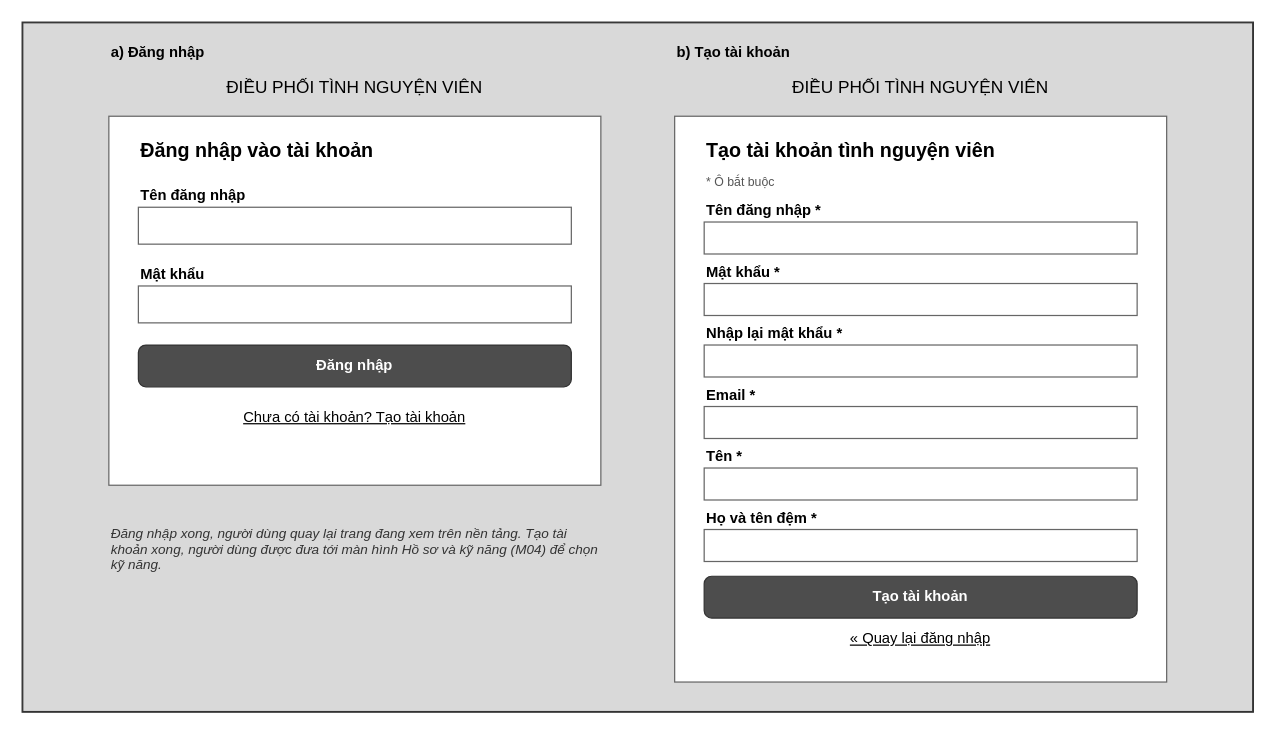
The draw.io diagram docs/giao_dien/drawio/M01_Dang_nhap_va_tao_tai_khoan.drawio in kanishere55/OOSD_NenTangDieuPhoi_TNV, before the edit. Source tidied: cells renumbered, new cells numbered last; positions are measured from the earlier drawing's top-left corner, leaving out a move shared by most shapes. Both pictures are drawn from the tidied source at 123%, with x=0, y=0 at pixel (22, 22).
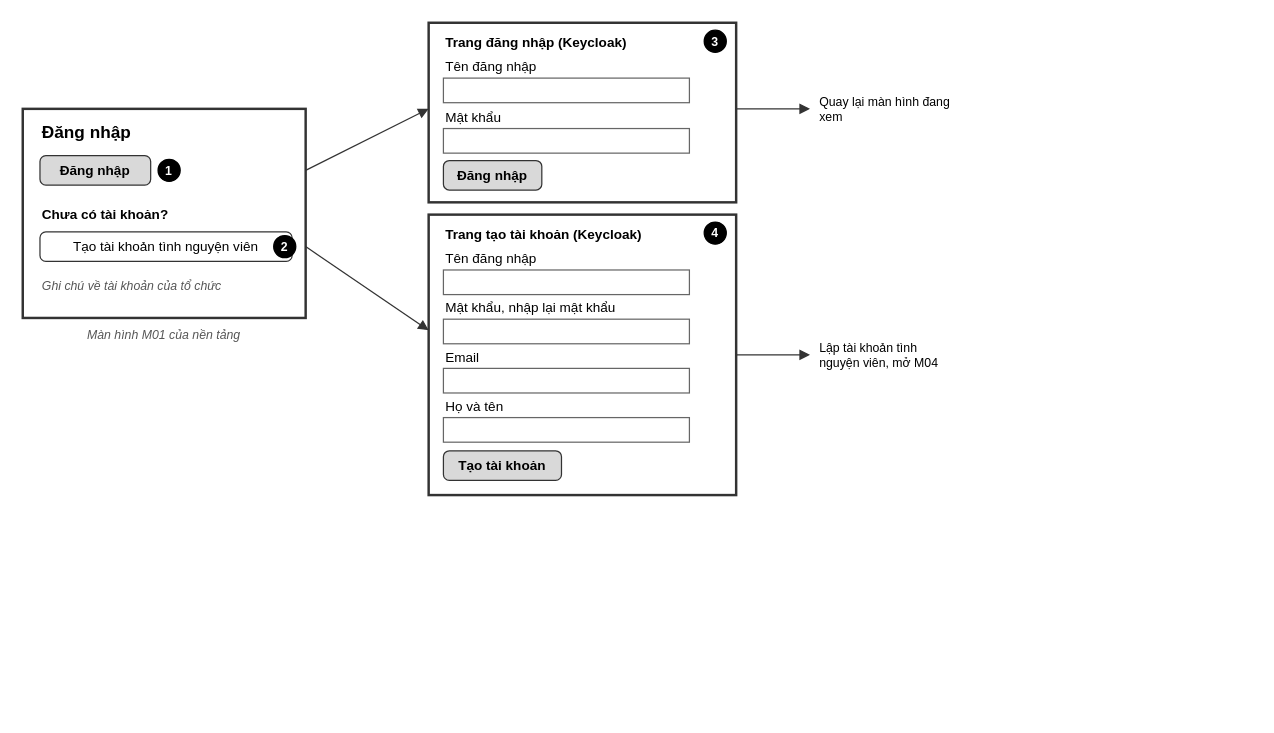
After the change.

What changed in the source:
```diff
@@
-    <mxCell id="2" style="rounded=0;whiteSpace=wrap;html=1;fillColor=#ffffff;strokeColor=#333333;strokeWidth=2;" parent="1" vertex="1">
-      <mxGeometry width="1000" height="560" as="geometry" />
-    </mxCell>
-    <mxCell id="3" style="rounded=0;whiteSpace=wrap;html=1;fillColor=#d9d9d9;strokeColor=#333333;" parent="1" vertex="1">
-      <mxGeometry width="1000" height="560" as="geometry" />
+    <mxCell id="3" style="rounded=0;arcSize=8;whiteSpace=wrap;html=1;fillColor=#ffffff;strokeColor=#333333;strokeWidth=2;" parent="1" vertex="1">
+      <mxGeometry y="70" width="230" height="170" as="geometry" />
     </mxCell>
-    <mxCell id="4" value="a) Đăng nhập" style="text;html=1;strokeColor=none;fillColor=none;align=left;verticalAlign=middle;whiteSpace=wrap;rounded=0;fontSize=12;fontStyle=1;fontColor=#000000;" parent="1" vertex="1">
-      <mxGeometry x="70" y="14" width="400" height="20" as="geometry" />
+    <mxCell id="4" value="Đăng nhập" style="text;html=1;strokeColor=none;fillColor=none;align=left;verticalAlign=middle;whiteSpace=wrap;rounded=0;fontSize=14;fontStyle=1;fontColor=#000000;" parent="1" vertex="1">
+      <mxGeometry x="14" y="78" width="200" height="22" as="geometry" />
     </mxCell>
-    <mxCell id="5" value="ĐIỀU PHỐI TÌNH NGUYỆN VIÊN" style="text;html=1;strokeColor=none;fillColor=none;align=center;verticalAlign=middle;whiteSpace=wrap;rounded=0;fontSize=14;fontStyle=0;fontColor=#000000;" parent="1" vertex="1">
-      <mxGeometry x="70" y="40" width="400" height="26" as="geometry" />
+    <mxCell id="5" value="Đăng nhập" style="rounded=1;arcSize=20;whiteSpace=wrap;html=1;fontSize=11;strokeColor=#333333;fillColor=#d9d9d9;fontStyle=1;" parent="1" vertex="1">
+      <mxGeometry x="14" y="108" width="90" height="24" as="geometry" />
     </mxCell>
-    <mxCell id="6" value="b) Tạo tài khoản" style="text;html=1;strokeColor=none;fillColor=none;align=left;verticalAlign=middle;whiteSpace=wrap;rounded=0;fontSize=12;fontStyle=1;fontColor=#000000;" parent="1" vertex="1">
-      <mxGeometry x="530" y="14" width="400" height="20" as="geometry" />
+    <mxCell id="6" value="1" style="ellipse;whiteSpace=wrap;html=1;fillColor=#000000;strokeColor=#000000;fontColor=#ffffff;fontSize=10;fontStyle=1;" parent="1" vertex="1">
+      <mxGeometry x="110" y="111" width="18" height="18" as="geometry" />
     </mxCell>
-    <mxCell id="7" value="ĐIỀU PHỐI TÌNH NGUYỆN VIÊN" style="text;html=1;strokeColor=none;fillColor=none;align=center;verticalAlign=middle;whiteSpace=wrap;rounded=0;fontSize=14;fontStyle=0;fontColor=#000000;" parent="1" vertex="1">
-      <mxGeometry x="530" y="40" width="400" height="26" as="geometry" />
+    <mxCell id="7" value="Chưa có tài khoản?" style="text;html=1;strokeColor=none;fillColor=none;align=left;verticalAlign=middle;whiteSpace=wrap;rounded=0;fontSize=11;fontStyle=1;fontColor=#000000;" parent="1" vertex="1">
+      <mxGeometry x="14" y="146" width="200" height="19" as="geometry" />
     </mxCell>
-    <mxCell id="8" style="rounded=0;whiteSpace=wrap;html=1;fillColor=#ffffff;strokeColor=#666666;" parent="1" vertex="1">
-      <mxGeometry x="70" y="76" width="400" height="300" as="geometry" />
+    <mxCell id="8" value="Tạo tài khoản tình nguyện viên" style="rounded=1;arcSize=20;whiteSpace=wrap;html=1;fontSize=11;strokeColor=#333333;fillColor=#ffffff;" parent="1" vertex="1">
+      <mxGeometry x="14" y="170" width="205" height="24" as="geometry" />
     </mxCell>
-    <mxCell id="9" value="Đăng nhập vào tài khoản" style="text;html=1;strokeColor=none;fillColor=none;align=left;verticalAlign=middle;whiteSpace=wrap;rounded=0;fontSize=16;fontStyle=1;fontColor=#000000;" parent="1" vertex="1">
-      <mxGeometry x="94" y="90" width="350" height="28" as="geometry" />
+    <mxCell id="9" value="2" style="ellipse;whiteSpace=wrap;html=1;fillColor=#000000;strokeColor=#000000;fontColor=#ffffff;fontSize=10;fontStyle=1;" parent="1" vertex="1">
+      <mxGeometry x="204" y="173" width="18" height="18" as="geometry" />
     </mxCell>
-    <mxCell id="10" value="Tên đăng nhập" style="text;html=1;strokeColor=none;fillColor=none;align=left;verticalAlign=middle;whiteSpace=wrap;rounded=0;fontSize=12;fontStyle=1;fontColor=#000000;" parent="1" vertex="1">
-      <mxGeometry x="94" y="130" width="352" height="22" as="geometry" />
+    <mxCell id="10" value="Ghi chú về tài khoản của tổ chức" style="text;html=1;strokeColor=none;fillColor=none;align=left;verticalAlign=middle;whiteSpace=wrap;rounded=0;fontSize=10;fontStyle=2;fontColor=#555555;" parent="1" vertex="1">
+      <mxGeometry x="14" y="206" width="210" height="16" as="geometry" />
     </mxCell>
-    <mxCell id="11" style="rounded=0;whiteSpace=wrap;html=1;align=left;spacingLeft=8;fontSize=12;fillColor=#ffffff;strokeColor=#666666;fontColor=#333333;" parent="1" vertex="1">
-      <mxGeometry x="94" y="150" width="352" height="30" as="geometry" />
+    <mxCell id="11" value="Màn hình M01 của nền tảng" style="text;html=1;strokeColor=none;fillColor=none;align=center;verticalAlign=middle;whiteSpace=wrap;rounded=0;fontSize=10;fontStyle=2;fontColor=#555555;" parent="1" vertex="1">
+      <mxGeometry y="246" width="230" height="16" as="geometry" />
     </mxCell>
-    <mxCell id="12" value="Mật khẩu" style="text;html=1;strokeColor=none;fillColor=none;align=left;verticalAlign=middle;whiteSpace=wrap;rounded=0;fontSize=12;fontStyle=1;fontColor=#000000;" parent="1" vertex="1">
-      <mxGeometry x="94" y="194" width="352" height="22" as="geometry" />
+    <mxCell id="12" style="rounded=0;arcSize=8;whiteSpace=wrap;html=1;fillColor=#ffffff;strokeColor=#333333;strokeWidth=2;" parent="1" vertex="1">
+      <mxGeometry x="330" width="250" height="146" as="geometry" />
     </mxCell>
-    <mxCell id="13" style="rounded=0;whiteSpace=wrap;html=1;align=left;spacingLeft=8;fontSize=12;fillColor=#ffffff;strokeColor=#666666;fontColor=#333333;" parent="1" vertex="1">
-      <mxGeometry x="94" y="214" width="352" height="30" as="geometry" />
+    <mxCell id="13" value="Trang đăng nhập (Keycloak)" style="text;html=1;strokeColor=none;fillColor=none;align=left;verticalAlign=middle;whiteSpace=wrap;rounded=0;fontSize=11;fontStyle=1;fontColor=#000000;" parent="1" vertex="1">
+      <mxGeometry x="342" y="6" width="200" height="19" as="geometry" />
     </mxCell>
-    <mxCell id="14" value="Đăng nhập" style="rounded=1;whiteSpace=wrap;html=1;arcSize=18;fontSize=12;fillColor=#4d4d4d;strokeColor=#333333;fontColor=#ffffff;fontStyle=1;" parent="1" vertex="1">
-      <mxGeometry x="94" y="262" width="352" height="34" as="geometry" />
+    <mxCell id="14" value="3" style="ellipse;whiteSpace=wrap;html=1;fillColor=#000000;strokeColor=#000000;fontColor=#ffffff;fontSize=10;fontStyle=1;" parent="1" vertex="1">
+      <mxGeometry x="554" y="6" width="18" height="18" as="geometry" />
     </mxCell>
-    <mxCell id="15" value="Chưa có tài khoản? Tạo tài khoản" style="text;html=1;strokeColor=none;fillColor=none;align=center;verticalAlign=middle;whiteSpace=wrap;rounded=0;fontSize=12;fontStyle=4;fontColor=#000000;" parent="1" vertex="1">
-      <mxGeometry x="94" y="310" width="352" height="22" as="geometry" />
+    <mxCell id="15" value="Tên đăng nhập" style="text;html=1;strokeColor=none;fillColor=none;align=left;verticalAlign=middle;whiteSpace=wrap;rounded=0;fontSize=11;fontStyle=0;fontColor=#000000;" parent="1" vertex="1">
+      <mxGeometry x="342" y="28" width="200" height="16" as="geometry" />
     </mxCell>
-    <mxCell id="16" style="rounded=0;whiteSpace=wrap;html=1;fillColor=#ffffff;strokeColor=#666666;" parent="1" vertex="1">
-      <mxGeometry x="530" y="76" width="400" height="460" as="geometry" />
+    <mxCell id="16" style="rounded=0;whiteSpace=wrap;html=1;align=left;spacingLeft=6;fontSize=10;fontStyle=2;fontColor=#777777;fillColor=#ffffff;strokeColor=#666666;" parent="1" vertex="1">
+      <mxGeometry x="342" y="45" width="200" height="20" as="geometry" />
     </mxCell>
-    <mxCell id="17" value="Tạo tài khoản tình nguyện viên" style="text;html=1;strokeColor=none;fillColor=none;align=left;verticalAlign=middle;whiteSpace=wrap;rounded=0;fontSize=16;fontStyle=1;fontColor=#000000;" parent="1" vertex="1">
-      <mxGeometry x="554" y="90" width="350" height="28" as="geometry" />
+    <mxCell id="17" value="Mật khẩu" style="text;html=1;strokeColor=none;fillColor=none;align=left;verticalAlign=middle;whiteSpace=wrap;rounded=0;fontSize=11;fontStyle=0;fontColor=#000000;" parent="1" vertex="1">
+      <mxGeometry x="342" y="69" width="200" height="16" as="geometry" />
     </mxCell>
-    <mxCell id="18" value="* Ô bắt buộc" style="text;html=1;strokeColor=none;fillColor=none;align=left;verticalAlign=middle;whiteSpace=wrap;rounded=0;fontSize=10;fontStyle=0;fontColor=#555555;" parent="1" vertex="1">
-      <mxGeometry x="554" y="120" width="350" height="18" as="geometry" />
+    <mxCell id="18" style="rounded=0;whiteSpace=wrap;html=1;align=left;spacingLeft=6;fontSize=10;fontStyle=2;fontColor=#777777;fillColor=#ffffff;strokeColor=#666666;" parent="1" vertex="1">
+      <mxGeometry x="342" y="86" width="200" height="20" as="geometry" />
     </mxCell>
-    <mxCell id="19" value="Tên đăng nhập *" style="text;html=1;strokeColor=none;fillColor=none;align=left;verticalAlign=middle;whiteSpace=wrap;rounded=0;fontSize=12;fontStyle=1;fontColor=#000000;" parent="1" vertex="1">
-      <mxGeometry x="554" y="142" width="352" height="22" as="geometry" />
+    <mxCell id="19" value="Đăng nhập" style="rounded=1;arcSize=20;whiteSpace=wrap;html=1;fontSize=11;strokeColor=#333333;fillColor=#d9d9d9;fontStyle=1;" parent="1" vertex="1">
+      <mxGeometry x="342" y="112" width="80" height="24" as="geometry" />
     </mxCell>
-    <mxCell id="20" style="rounded=0;whiteSpace=wrap;html=1;align=left;spacingLeft=8;fontSize=12;fillColor=#ffffff;strokeColor=#666666;fontColor=#333333;" parent="1" vertex="1">
-      <mxGeometry x="554" y="162" width="352" height="26" as="geometry" />
+    <mxCell id="20" style="rounded=0;arcSize=8;whiteSpace=wrap;html=1;fillColor=#ffffff;strokeColor=#333333;strokeWidth=2;" parent="1" vertex="1">
+      <mxGeometry x="330" y="156" width="250" height="228" as="geometry" />
     </mxCell>
-    <mxCell id="21" value="Mật khẩu *" style="text;html=1;strokeColor=none;fillColor=none;align=left;verticalAlign=middle;whiteSpace=wrap;rounded=0;fontSize=12;fontStyle=1;fontColor=#000000;" parent="1" vertex="1">
-      <mxGeometry x="554" y="192" width="352" height="22" as="geometry" />
+    <mxCell id="21" value="Trang tạo tài khoản (Keycloak)" style="text;html=1;strokeColor=none;fillColor=none;align=left;verticalAlign=middle;whiteSpace=wrap;rounded=0;fontSize=11;fontStyle=1;fontColor=#000000;" parent="1" vertex="1">
+      <mxGeometry x="342" y="162" width="220" height="19" as="geometry" />
     </mxCell>
-    <mxCell id="22" style="rounded=0;whiteSpace=wrap;html=1;align=left;spacingLeft=8;fontSize=12;fillColor=#ffffff;strokeColor=#666666;fontColor=#333333;" parent="1" vertex="1">
-      <mxGeometry x="554" y="212" width="352" height="26" as="geometry" />
+    <mxCell id="22" value="4" style="ellipse;whiteSpace=wrap;html=1;fillColor=#000000;strokeColor=#000000;fontColor=#ffffff;fontSize=10;fontStyle=1;" parent="1" vertex="1">
+      <mxGeometry x="554" y="162" width="18" height="18" as="geometry" />
     </mxCell>
-    <mxCell id="23" value="Nhập lại mật khẩu *" style="text;html=1;strokeColor=none;fillColor=none;align=left;verticalAlign=middle;whiteSpace=wrap;rounded=0;fontSize=12;fontStyle=1;fontColor=#000000;" parent="1" vertex="1">
-      <mxGeometry x="554" y="242" width="352" height="22" as="geometry" />
+    <mxCell id="23" value="Tên đăng nhập" style="text;html=1;strokeColor=none;fillColor=none;align=left;verticalAlign=middle;whiteSpace=wrap;rounded=0;fontSize=11;fontStyle=0;fontColor=#000000;" parent="1" vertex="1">
+      <mxGeometry x="342" y="184" width="200" height="16" as="geometry" />
     </mxCell>
-    <mxCell id="24" style="rounded=0;whiteSpace=wrap;html=1;align=left;spacingLeft=8;fontSize=12;fillColor=#ffffff;strokeColor=#666666;fontColor=#333333;" parent="1" vertex="1">
-      <mxGeometry x="554" y="262" width="352" height="26" as="geometry" />
+    <mxCell id="24" style="rounded=0;whiteSpace=wrap;html=1;align=left;spacingLeft=6;fontSize=10;fontStyle=2;fontColor=#777777;fillColor=#ffffff;strokeColor=#666666;" parent="1" vertex="1">
+      <mxGeometry x="342" y="201" width="200" height="20" as="geometry" />
     </mxCell>
-    <mxCell id="25" value="Email *" style="text;html=1;strokeColor=none;fillColor=none;align=left;verticalAlign=middle;whiteSpace=wrap;rounded=0;fontSize=12;fontStyle=1;fontColor=#000000;" parent="1" vertex="1">
-      <mxGeometry x="554" y="292" width="352" height="22" as="geometry" />
+    <mxCell id="25" value="Mật khẩu, nhập lại mật khẩu" style="text;html=1;strokeColor=none;fillColor=none;align=left;verticalAlign=middle;whiteSpace=wrap;rounded=0;fontSize=11;fontStyle=0;fontColor=#000000;" parent="1" vertex="1">
+      <mxGeometry x="342" y="224" width="200" height="16" as="geometry" />
     </mxCell>
-    <mxCell id="26" style="rounded=0;whiteSpace=wrap;html=1;align=left;spacingLeft=8;fontSize=12;fillColor=#ffffff;strokeColor=#666666;fontColor=#333333;" parent="1" vertex="1">
-      <mxGeometry x="554" y="312" width="352" height="26" as="geometry" />
+    <mxCell id="26" style="rounded=0;whiteSpace=wrap;html=1;align=left;spacingLeft=6;fontSize=10;fontStyle=2;fontColor=#777777;fillColor=#ffffff;strokeColor=#666666;" parent="1" vertex="1">
+      <mxGeometry x="342" y="241" width="200" height="20" as="geometry" />
     </mxCell>
-    <mxCell id="27" value="Tên *" style="text;html=1;strokeColor=none;fillColor=none;align=left;verticalAlign=middle;whiteSpace=wrap;rounded=0;fontSize=12;fontStyle=1;fontColor=#000000;" parent="1" vertex="1">
-      <mxGeometry x="554" y="342" width="352" height="22" as="geometry" />
+    <mxCell id="27" value="Email" style="text;html=1;strokeColor=none;fillColor=none;align=left;verticalAlign=middle;whiteSpace=wrap;rounded=0;fontSize=11;fontStyle=0;fontColor=#000000;" parent="1" vertex="1">
+      <mxGeometry x="342" y="264" width="200" height="16" as="geometry" />
     </mxCell>
-    <mxCell id="28" style="rounded=0;whiteSpace=wrap;html=1;align=left;spacingLeft=8;fontSize=12;fillColor=#ffffff;strokeColor=#666666;fontColor=#333333;" parent="1" vertex="1">
-      <mxGeometry x="554" y="362" width="352" height="26" as="geometry" />
+    <mxCell id="28" style="rounded=0;whiteSpace=wrap;html=1;align=left;spacingLeft=6;fontSize=10;fontStyle=2;fontColor=#777777;fillColor=#ffffff;strokeColor=#666666;" parent="1" vertex="1">
+      <mxGeometry x="342" y="281" width="200" height="20" as="geometry" />
     </mxCell>
-    <mxCell id="29" value="Họ và tên đệm *" style="text;html=1;strokeColor=none;fillColor=none;align=left;verticalAlign=middle;whiteSpace=wrap;rounded=0;fontSize=12;fontStyle=1;fontColor=#000000;" parent="1" vertex="1">
-      <mxGeometry x="554" y="392" width="352" height="22" as="geometry" />
+    <mxCell id="29" value="Họ và tên" style="text;html=1;strokeColor=none;fillColor=none;align=left;verticalAlign=middle;whiteSpace=wrap;rounded=0;fontSize=11;fontStyle=0;fontColor=#000000;" parent="1" vertex="1">
+      <mxGeometry x="342" y="304" width="200" height="16" as="geometry" />
     </mxCell>
-    <mxCell id="30" style="rounded=0;whiteSpace=wrap;html=1;align=left;spacingLeft=8;fontSize=12;fillColor=#ffffff;strokeColor=#666666;fontColor=#333333;" parent="1" vertex="1">
-      <mxGeometry x="554" y="412" width="352" height="26" as="geometry" />
+    <mxCell id="30" style="rounded=0;whiteSpace=wrap;html=1;align=left;spacingLeft=6;fontSize=10;fontStyle=2;fontColor=#777777;fillColor=#ffffff;strokeColor=#666666;" parent="1" vertex="1">
+      <mxGeometry x="342" y="321" width="200" height="20" as="geometry" />
     </mxCell>
-    <mxCell id="31" value="Tạo tài khoản" style="rounded=1;whiteSpace=wrap;html=1;arcSize=18;fontSize=12;fillColor=#4d4d4d;strokeColor=#333333;fontColor=#ffffff;fontStyle=1;" parent="1" vertex="1">
-      <mxGeometry x="554" y="450" width="352" height="34" as="geometry" />
+    <mxCell id="31" value="Tạo tài khoản" style="rounded=1;arcSize=20;whiteSpace=wrap;html=1;fontSize=11;strokeColor=#333333;fillColor=#d9d9d9;fontStyle=1;" parent="1" vertex="1">
+      <mxGeometry x="342" y="348" width="96" height="24" as="geometry" />
     </mxCell>
-    <mxCell id="32" value="« Quay lại đăng nhập" style="text;html=1;strokeColor=none;fillColor=none;align=center;verticalAlign=middle;whiteSpace=wrap;rounded=0;fontSize=12;fontStyle=4;fontColor=#000000;" parent="1" vertex="1">
-      <mxGeometry x="554" y="490" width="352" height="22" as="geometry" />
+    <mxCell id="32" style="endArrow=block;endFill=1;endSize=6;html=1;rounded=0;strokeColor=#333333;fontSize=10;labelBackgroundColor=#ffffff;" parent="1" edge="1">
+      <mxGeometry relative="1" as="geometry">
+        <mxPoint x="230" y="120" as="sourcePoint" />
+        <mxPoint x="330" y="70" as="targetPoint" />
+      </mxGeometry>
     </mxCell>
-    <mxCell id="33" value="Đăng nhập xong, người dùng quay lại trang đang xem trên nền tảng. Tạo tài khoản xong, người dùng được đưa tới màn hình Hồ sơ và kỹ năng (M04) để chọn kỹ năng." style="text;html=1;strokeColor=none;fillColor=none;align=left;verticalAlign=middle;whiteSpace=wrap;rounded=0;fontSize=11;fontStyle=2;fontColor=#333333;" parent="1" vertex="1">
-      <mxGeometry x="70" y="396" width="400" height="64" as="geometry" />
+    <mxCell id="33" style="endArrow=block;endFill=1;endSize=6;html=1;rounded=0;strokeColor=#333333;fontSize=10;labelBackgroundColor=#ffffff;" parent="1" edge="1">
+      <mxGeometry relative="1" as="geometry">
+        <mxPoint x="230" y="182" as="sourcePoint" />
+        <mxPoint x="330" y="250" as="targetPoint" />
+      </mxGeometry>
     </mxCell>
+    <mxCell id="34" style="endArrow=block;endFill=1;endSize=6;html=1;rounded=0;strokeColor=#333333;fontSize=10;labelBackgroundColor=#ffffff;" parent="1" edge="1">
+      <mxGeometry relative="1" as="geometry">
+        <mxPoint x="580" y="70" as="sourcePoint" />
+        <mxPoint x="640" y="70" as="targetPoint" />
+      </mxGeometry>
+    </mxCell>
+    <mxCell id="35" value="Quay lại màn hình đang xem" style="text;html=1;strokeColor=none;fillColor=none;align=left;verticalAlign=middle;whiteSpace=wrap;rounded=0;fontSize=10;fontStyle=0;fontColor=#000000;" parent="1" vertex="1">
+      <mxGeometry x="646" y="50" width="114" height="40" as="geometry" />
+    </mxCell>
+    <mxCell id="36" style="endArrow=block;endFill=1;endSize=6;html=1;rounded=0;strokeColor=#333333;fontSize=10;labelBackgroundColor=#ffffff;" parent="1" edge="1">
+      <mxGeometry relative="1" as="geometry">
+        <mxPoint x="580" y="270" as="sourcePoint" />
+        <mxPoint x="640" y="270" as="targetPoint" />
+      </mxGeometry>
+    </mxCell>
+    <mxCell id="37" value="Lập tài khoản tình nguyện viên, mở M04" style="text;html=1;strokeColor=none;fillColor=none;align=left;verticalAlign=middle;whiteSpace=wrap;rounded=0;fontSize=10;fontStyle=0;fontColor=#000000;" parent="1" vertex="1">
+      <mxGeometry x="646" y="250" width="114" height="40" as="geometry" />
+    </mxCell>
```
